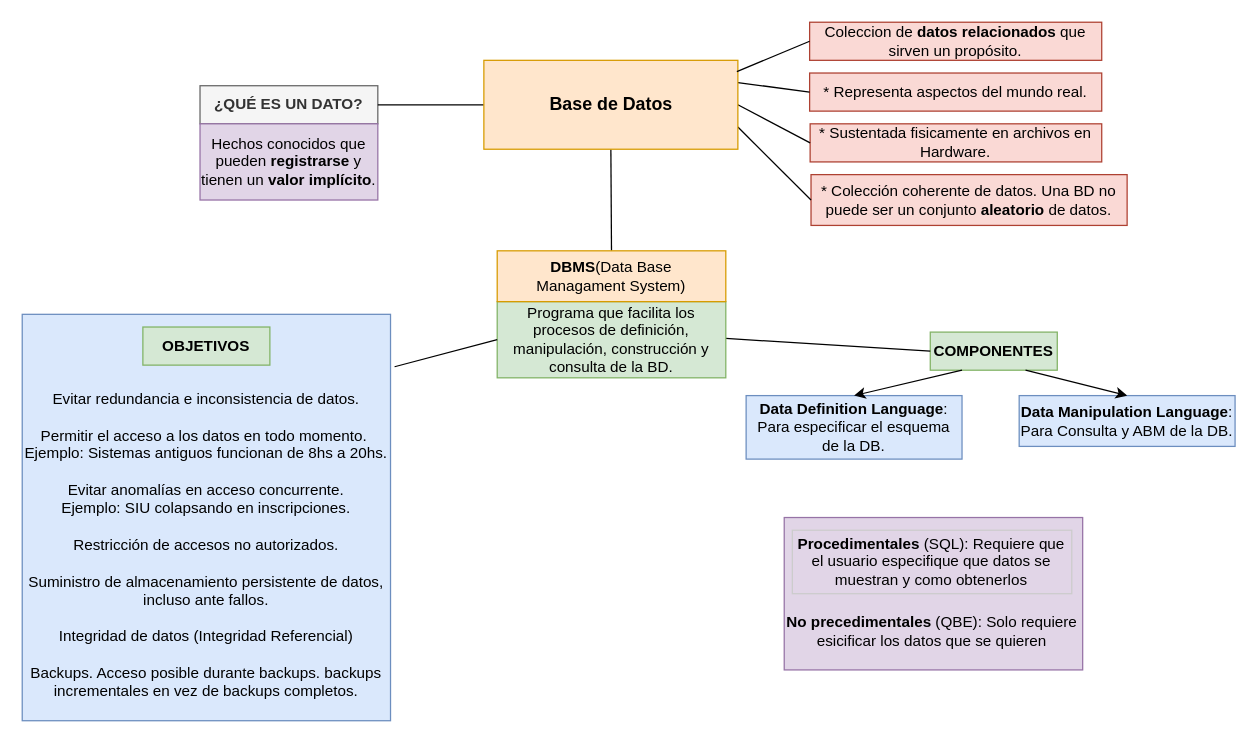
This is page "DB, Datos, DBMS" (1 of 8) of Diagrama-resumen.drawio from senras/DBD, a draw.io file, before an edit. Source tidied: cells renumbered, new cells numbered last; positions are measured from the earlier drawing's top-left corner, leaving out a move shared by most shapes. Both pictures are drawn from the tidied source at 127%, with x=0, y=0 at pixel (22, 22).
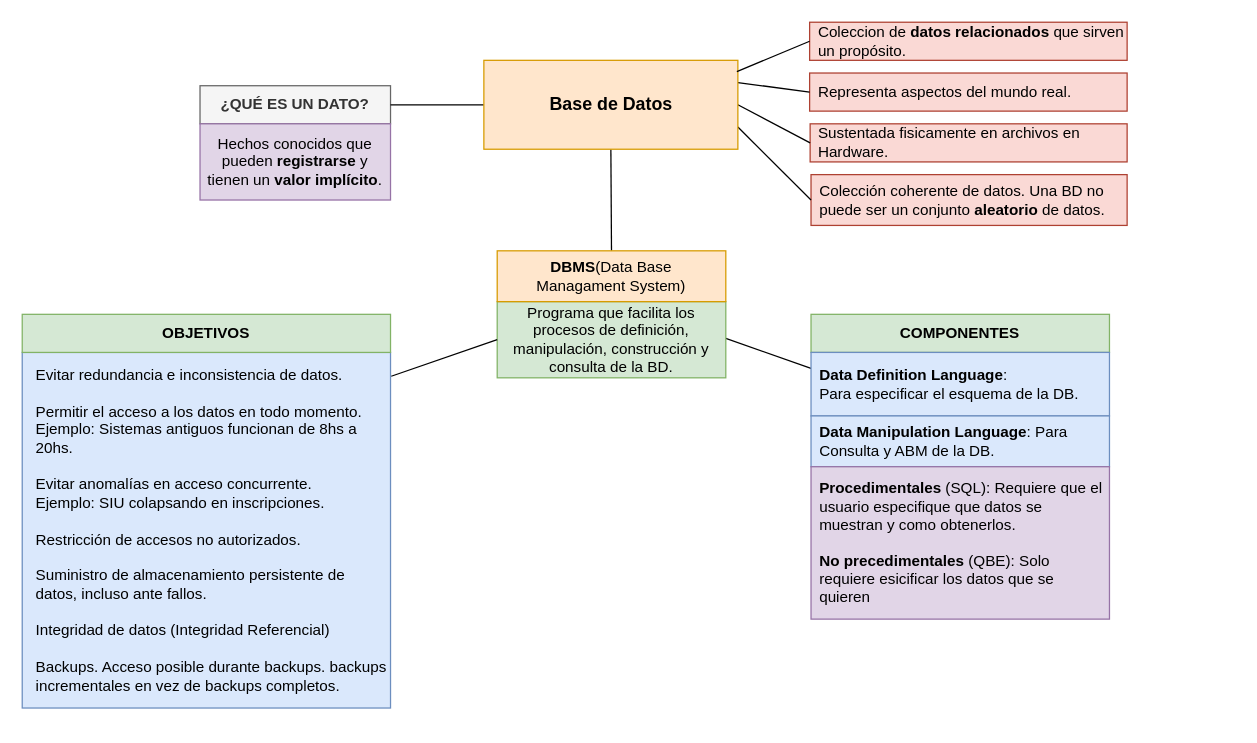
The same page after the edit.

Unchanged cells that the change refers to:
```xml
<mxCell id="12" value="Programa que facilita los procesos de definición, manipulación, construcción y consulta de la BD." style="text;html=1;strokeColor=#82b366;fillColor=#d5e8d4;align=center;verticalAlign=middle;whiteSpace=wrap;rounded=0;" parent="1" vertex="1">
  <mxGeometry x="374" y="220" width="180" height="60" as="geometry" />
</mxCell>
```

What changed in the source:
```diff
@@
-    <mxCell id="2" value="&lt;span&gt;&lt;br&gt;&lt;br&gt;&lt;br&gt;Evitar redundancia e inconsistencia de datos.&lt;br&gt;&lt;br&gt;&lt;/span&gt;Permitir el acceso a los datos en todo momento.&amp;nbsp;&lt;br&gt;Ejemplo: Sistemas antiguos funcionan de 8hs a 20hs.&lt;br&gt;&lt;span&gt;&lt;br&gt;&lt;/span&gt;Evitar anomalías en acceso concurrente.&lt;br&gt;Ejemplo: SIU colapsando en inscripciones.&lt;br&gt;&lt;span&gt;&lt;br&gt;&lt;/span&gt;Restricción de accesos no autorizados.&lt;br&gt;&lt;span&gt;&lt;br&gt;&lt;/span&gt;Suministro de almacenamiento persistente de datos, incluso ante fallos.&lt;br&gt;&lt;span&gt;&lt;br&gt;&lt;/span&gt;Integridad de datos (Integridad Referencial)&lt;br&gt;&lt;span&gt;&lt;br&gt;&lt;/span&gt;Backups. Acceso posible durante backups. backups incrementales en vez de backups completos.&lt;span&gt;&lt;br&gt;&lt;/span&gt;" style="rounded=0;whiteSpace=wrap;html=1;fillColor=#dae8fc;strokeColor=#6c8ebf;" parent="1" vertex="1">
-      <mxGeometry y="230" width="290" height="320" as="geometry" />
+    <mxCell id="2" value="&lt;div style=&quot;text-align: left;&quot;&gt;&lt;span style=&quot;background-color: initial;&quot;&gt;Evitar redundancia e inconsistencia de datos.&lt;/span&gt;&lt;/div&gt;&lt;span&gt;&lt;div style=&quot;text-align: left;&quot;&gt;&lt;br&gt;&lt;/div&gt;&lt;/span&gt;&lt;div style=&quot;text-align: left;&quot;&gt;&lt;span style=&quot;background-color: initial;&quot;&gt;Permitir el acceso a los datos en todo momento.&amp;nbsp;&lt;/span&gt;&lt;/div&gt;&lt;div style=&quot;text-align: left;&quot;&gt;&lt;span style=&quot;background-color: initial;&quot;&gt;Ejemplo: Sistemas antiguos funcionan de 8hs a 20hs.&lt;/span&gt;&lt;/div&gt;&lt;span&gt;&lt;div style=&quot;text-align: left;&quot;&gt;&lt;br&gt;&lt;/div&gt;&lt;/span&gt;&lt;div style=&quot;text-align: left;&quot;&gt;&lt;span style=&quot;background-color: initial;&quot;&gt;Evitar anomalías en acceso concurrente.&lt;/span&gt;&lt;/div&gt;&lt;div style=&quot;text-align: left;&quot;&gt;&lt;span style=&quot;background-color: initial;&quot;&gt;Ejemplo: SIU colapsando en inscripciones.&lt;/span&gt;&lt;/div&gt;&lt;span&gt;&lt;div style=&quot;text-align: left;&quot;&gt;&lt;br&gt;&lt;/div&gt;&lt;/span&gt;&lt;div style=&quot;text-align: left;&quot;&gt;&lt;span style=&quot;background-color: initial;&quot;&gt;Restricción de accesos no autorizados.&lt;/span&gt;&lt;/div&gt;&lt;span&gt;&lt;div style=&quot;text-align: left;&quot;&gt;&lt;br&gt;&lt;/div&gt;&lt;/span&gt;&lt;div style=&quot;text-align: left;&quot;&gt;&lt;span style=&quot;background-color: initial;&quot;&gt;Suministro de almacenamiento persistente de datos, incluso ante fallos.&lt;/span&gt;&lt;/div&gt;&lt;span&gt;&lt;div style=&quot;text-align: left;&quot;&gt;&lt;br&gt;&lt;/div&gt;&lt;/span&gt;&lt;div style=&quot;text-align: left;&quot;&gt;&lt;span style=&quot;background-color: initial;&quot;&gt;Integridad de datos (Integridad Referencial)&lt;/span&gt;&lt;/div&gt;&lt;span&gt;&lt;div style=&quot;text-align: left;&quot;&gt;&lt;br&gt;&lt;/div&gt;&lt;/span&gt;&lt;div style=&quot;text-align: left;&quot;&gt;&lt;span style=&quot;background-color: initial;&quot;&gt;Backups. Acceso posible durante backups. backups incrementales en vez de backups completos.&lt;/span&gt;&lt;/div&gt;" style="rounded=0;whiteSpace=wrap;html=1;fillColor=#dae8fc;strokeColor=#6c8ebf;spacingLeft=10;" parent="1" vertex="1">
+      <mxGeometry y="260" width="290" height="280" as="geometry" />
     </mxCell>
-    <mxCell id="3" value="* Representa aspectos del mundo real." style="text;html=1;strokeColor=#ae4132;fillColor=#fad9d5;align=center;verticalAlign=middle;whiteSpace=wrap;rounded=0;" parent="1" vertex="1">
-      <mxGeometry x="620" y="40" width="230" height="30" as="geometry" />
+    <mxCell id="3" value="Representa aspectos del mundo real." style="text;html=1;strokeColor=#ae4132;fillColor=#fad9d5;align=left;verticalAlign=middle;whiteSpace=wrap;rounded=0;spacingLeft=5;" parent="1" vertex="1">
+      <mxGeometry x="620" y="40" width="250" height="30" as="geometry" />
     </mxCell>
-    <mxCell id="4" value="* Colección coherente de datos. Una BD no puede ser un conjunto &lt;b&gt;aleatorio &lt;/b&gt;de datos." style="text;html=1;strokeColor=#ae4132;fillColor=#fad9d5;align=center;verticalAlign=middle;whiteSpace=wrap;rounded=0;" parent="1" vertex="1">
+    <mxCell id="4" value="Colección coherente de datos. Una BD no puede ser un conjunto &lt;b&gt;aleatorio &lt;/b&gt;de datos." style="text;html=1;strokeColor=#ae4132;fillColor=#fad9d5;align=left;verticalAlign=middle;whiteSpace=wrap;rounded=0;spacingLeft=5;" parent="1" vertex="1">
       <mxGeometry x="621.1" y="120" width="248.9" height="40" as="geometry" />
     </mxCell>
-    <mxCell id="5" value="* Sustentada fisicamente en archivos en Hardware." style="text;html=1;strokeColor=#ae4132;fillColor=#fad9d5;align=center;verticalAlign=middle;whiteSpace=wrap;rounded=0;" parent="1" vertex="1">
-      <mxGeometry x="620.4" y="80" width="229.6" height="30" as="geometry" />
+    <mxCell id="5" value="Sustentada fisicamente en archivos en Hardware." style="text;html=1;strokeColor=#ae4132;fillColor=#fad9d5;align=left;verticalAlign=middle;whiteSpace=wrap;rounded=0;spacingLeft=5;" parent="1" vertex="1">
+      <mxGeometry x="620.4" y="80" width="249.6" height="30" as="geometry" />
     </mxCell>
     <mxCell id="6" value="OBJETIVOS" style="text;html=1;align=center;verticalAlign=middle;whiteSpace=wrap;rounded=0;fontStyle=1;fillColor=#d5e8d4;strokeColor=#82b366;" parent="1" vertex="1">
-      <mxGeometry x="95" y="240" width="100" height="30" as="geometry" />
+      <mxGeometry y="230" width="290" height="30" as="geometry" />
     </mxCell>
-    <mxCell id="7" value="COMPONENTES" style="text;html=1;strokeColor=#82b366;fillColor=#d5e8d4;align=center;verticalAlign=middle;whiteSpace=wrap;rounded=0;fontStyle=1;" parent="1" vertex="1">
-      <mxGeometry x="715" y="244" width="100" height="30" as="geometry" />
-    </mxCell>
-    <mxCell id="8" value="&lt;b&gt;Data Definition Language&lt;/b&gt;: &lt;br&gt;Para especificar el esquema de la DB." style="text;html=1;align=center;verticalAlign=middle;whiteSpace=wrap;rounded=0;fillColor=#dae8fc;strokeColor=#6c8ebf;" parent="1" vertex="1">
-      <mxGeometry x="570" y="294" width="170" height="50" as="geometry" />
-    </mxCell>
-    <mxCell id="9" value="&lt;b&gt;Data Manipulation Language&lt;/b&gt;: Para Consulta y ABM de la DB." style="text;html=1;align=center;verticalAlign=middle;whiteSpace=wrap;rounded=0;fillColor=#dae8fc;strokeColor=#6c8ebf;" parent="1" vertex="1">
-      <mxGeometry x="785" y="294" width="170" height="40" as="geometry" />
-    </mxCell>
@@
-    <mxCell id="11" style="rounded=0;jettySize=auto;html=1;exitX=1;exitY=0.5;exitDx=0;exitDy=0;entryX=0;entryY=0.5;entryDx=0;entryDy=0;endArrow=none;endFill=0;" parent="1" edge="1" target="7">
+    <mxCell id="11" style="rounded=0;jettySize=auto;html=1;exitX=1;exitY=0.5;exitDx=0;exitDy=0;entryX=0;entryY=0.25;entryDx=0;entryDy=0;endArrow=none;endFill=0;" parent="1" edge="1" target="8">
       <mxGeometry relative="1" as="geometry">
         <mxPoint x="554" y="249" as="sourcePoint" />
       </mxGeometry>
     </mxCell>
@@
     <mxCell id="14" value="¿QUÉ ES UN DATO?" style="text;html=1;align=center;verticalAlign=middle;whiteSpace=wrap;rounded=0;fillColor=#f5f5f5;fontColor=#333333;strokeColor=#666666;fontStyle=1;" parent="1" vertex="1">
-      <mxGeometry x="140" y="50" width="140" height="30" as="geometry" />
+      <mxGeometry x="140" y="50" width="150" height="30" as="geometry" />
     </mxCell>
@@
     <mxCell id="16" value="Hechos conocidos que pueden &lt;b&gt;registrarse &lt;/b&gt;y tienen un &lt;b&gt;valor&lt;/b&gt;&amp;nbsp;&lt;b&gt;implícito&lt;/b&gt;." style="text;html=1;strokeColor=#9673a6;fillColor=#e1d5e7;align=center;verticalAlign=middle;whiteSpace=wrap;rounded=0;" parent="1" vertex="1">
-      <mxGeometry x="140" y="80" width="140" height="60" as="geometry" />
+      <mxGeometry x="140" y="80" width="150" height="60" as="geometry" />
     </mxCell>
@@
-    <mxCell id="20" style="endArrow=none;html=1;rounded=0;endFill=0;exitX=0;exitY=0.5;exitDx=0;exitDy=0;entryX=1.011;entryY=0.129;entryDx=0;entryDy=0;entryPerimeter=0;" parent="1" edge="1" source="12" target="2">
+    <mxCell id="20" style="endArrow=none;html=1;rounded=0;endFill=0;exitX=0;exitY=0.5;exitDx=0;exitDy=0;entryX=1.002;entryY=0.067;entryDx=0;entryDy=0;entryPerimeter=0;" parent="1" edge="1" source="12" target="2">
       <mxGeometry relative="1" as="geometry" />
     </mxCell>
@@
-    <mxCell id="22" style="endArrow=classic;html=1;rounded=0;exitX=0.25;exitY=1;exitDx=0;exitDy=0;entryX=0.5;entryY=0;entryDx=0;entryDy=0;" parent="1" edge="1" source="7" target="8">
-      <mxGeometry relative="1" as="geometry" />
-    </mxCell>
-    <mxCell id="23" style="endArrow=classic;html=1;rounded=0;exitX=0.75;exitY=1;exitDx=0;exitDy=0;entryX=0.5;entryY=0;entryDx=0;entryDy=0;" parent="1" edge="1" source="7" target="9">
-      <mxGeometry relative="1" as="geometry" />
-    </mxCell>
@@
-    <mxCell id="25" value="Coleccion de&amp;nbsp;&lt;b&gt;datos&amp;nbsp;&lt;/b&gt;&lt;b&gt;relacionados&amp;nbsp;&lt;/b&gt;que sirven un propósito." style="text;html=1;strokeColor=#ae4132;fillColor=#fad9d5;align=center;verticalAlign=middle;whiteSpace=wrap;rounded=0;" parent="1" vertex="1">
-      <mxGeometry x="620" width="230" height="30" as="geometry" />
+    <mxCell id="25" value="Coleccion de&amp;nbsp;&lt;b&gt;datos&amp;nbsp;&lt;/b&gt;&lt;b&gt;relacionados&amp;nbsp;&lt;/b&gt;que sirven un propósito." style="text;html=1;strokeColor=#ae4132;fillColor=#fad9d5;align=left;verticalAlign=middle;whiteSpace=wrap;rounded=0;spacingLeft=5;" parent="1" vertex="1">
+      <mxGeometry x="620" width="250" height="30" as="geometry" />
     </mxCell>
@@
-    <mxCell id="28" style="group;" parent="1" vertex="1">
-      <mxGeometry x="600" y="390" width="235" height="120" as="geometry" />
-    </mxCell>
+    <mxCell id="32" style="group;" parent="1" vertex="1">
+      <mxGeometry x="621.1" y="230" width="235" height="240" as="geometry" />
+    </mxCell>
+    <mxCell id="7" value="COMPONENTES" style="text;html=1;strokeColor=#82b366;fillColor=#d5e8d4;align=center;verticalAlign=middle;whiteSpace=wrap;rounded=0;fontStyle=1;" parent="32" vertex="1">
+      <mxGeometry width="235" height="30" as="geometry" />
+    </mxCell>
+    <mxCell id="8" value="&lt;b&gt;Data Definition Language&lt;/b&gt;: &lt;br&gt;Para especificar el esquema de la DB." style="text;html=1;align=left;verticalAlign=middle;whiteSpace=wrap;rounded=0;fillColor=#dae8fc;strokeColor=#6c8ebf;spacingLeft=5;" parent="32" vertex="1">
+      <mxGeometry y="30" width="235" height="50" as="geometry" />
+    </mxCell>
+    <mxCell id="9" value="&lt;b&gt;Data Manipulation Language&lt;/b&gt;: Para Consulta y ABM de la DB." style="text;html=1;align=left;verticalAlign=middle;whiteSpace=wrap;rounded=0;fillColor=#dae8fc;strokeColor=#6c8ebf;spacingLeft=5;" parent="32" vertex="1">
+      <mxGeometry y="80" width="235" height="40" as="geometry" />
+    </mxCell>
-    <mxCell id="29" style="rounded=0;whiteSpace=wrap;html=1;fillColor=#e1d5e7;strokeColor=#9673a6;" parent="28" vertex="1">
-      <mxGeometry width="235" height="120" as="geometry" />
+    <mxCell id="29" value="&lt;b&gt;Procedimentales&amp;nbsp;&lt;/b&gt;(SQL): Requiere que el usuario especifique que datos se muestran y como obtenerlos.&lt;br&gt;&lt;br&gt;&lt;b&gt;No precedimentales&lt;/b&gt;&amp;nbsp;(QBE): Solo requiere esicificar los datos que se quieren" style="rounded=0;whiteSpace=wrap;html=1;fillColor=#e1d5e7;strokeColor=#9673a6;align=left;spacingLeft=5;" parent="32" vertex="1">
+      <mxGeometry y="120" width="235" height="120" as="geometry" />
     </mxCell>
-    <mxCell id="30" value="&lt;b&gt;Procedimentales &lt;/b&gt;(SQL): Requiere que el usuario especifique que datos se muestran y como obtenerlos" style="text;html=1;fillColor=none;align=center;verticalAlign=middle;whiteSpace=wrap;rounded=0;perimeterSpacing=1;strokeColor=#CCCCCC;" parent="28" vertex="1">
-      <mxGeometry x="6.4" y="10" width="220" height="50" as="geometry" />
-    </mxCell>
-    <mxCell id="31" value="&lt;b&gt;No precedimentales&lt;/b&gt; (QBE): Solo requiere esicificar los datos que se quieren" style="text;html=1;fillColor=none;align=center;verticalAlign=middle;whiteSpace=wrap;rounded=0;" parent="28" vertex="1">
-      <mxGeometry y="70" width="232.8" height="40" as="geometry" />
-    </mxCell>
```
